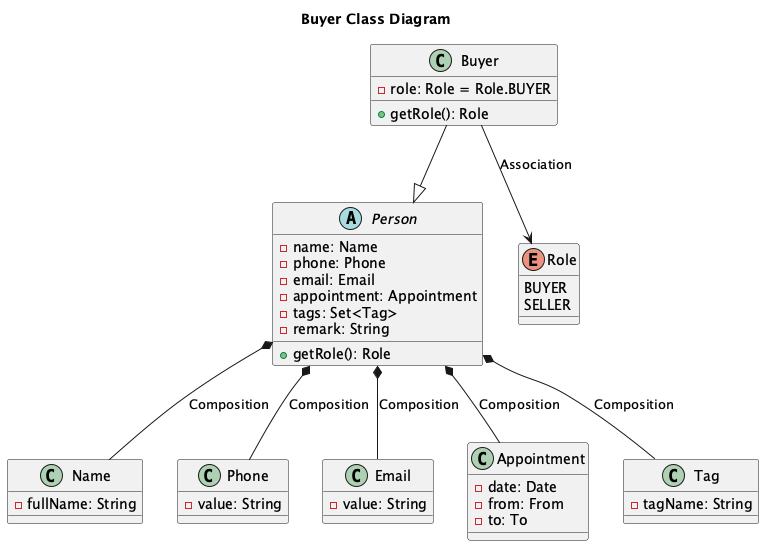
This is docs/images/dg/BuyerClassDiagram.png from nus-cs2103-AY2425S1/tp, a PlantUML export, as it was before one commit. Its diagram source:
```plantuml
@startuml
title Buyer Class Diagram

abstract class Person {
    - name: Name
    - phone: Phone
    - email: Email
    - appointment: Appointment
    - tags: Set<Tag>
    - remark: String
    + getRole(): Role
}

class Buyer {
    - role: Role = Role.BUYER
    + getRole(): Role
}

class Name {
    - fullName: String
}

class Phone {
    - value: String
}

class Email {
    - value: String
}

class Appointment {
    - date: Date
    - from: From
    - to: To
}

class Tag {
    - tagName: String
}

enum Role {
    BUYER
    SELLER
}

Person *-- Name : Composition
Person *-- Phone : Composition
Person *-- Email : Composition
Person *-- Appointment : Composition
Person *-- Tag : Composition
Buyer --|> Person
Buyer --> Role : Association

@enduml
```
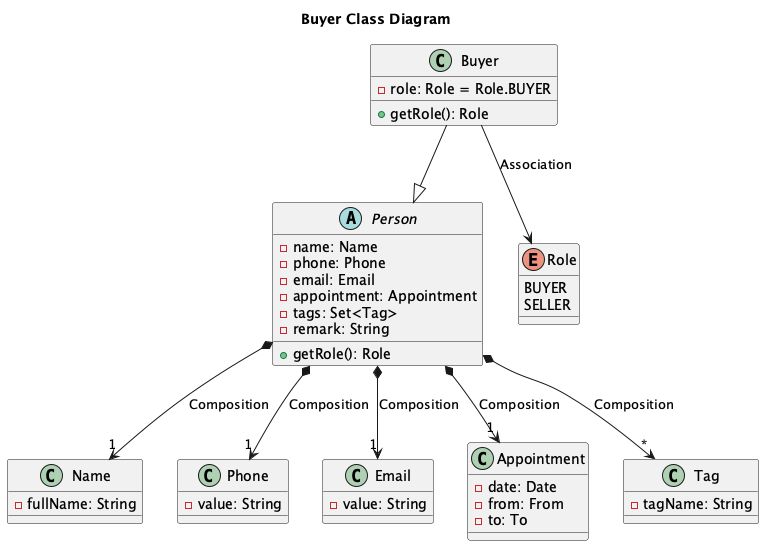
The same diagram one commit later.

What changed in the source:
```diff
@@ -43,11 +43,11 @@
     SELLER
 }
 
-Person *-- Name : Composition
-Person *-- Phone : Composition
-Person *-- Email : Composition
-Person *-- Appointment : Composition
-Person *-- Tag : Composition
+Person *--> "1" Name : Composition
+Person *--> "1" Phone : Composition
+Person *--> "1" Email : Composition
+Person *--> "1" Appointment : Composition
+Person *--> "*" Tag : Composition
 Buyer --|> Person
 Buyer --> Role : Association
 
```
